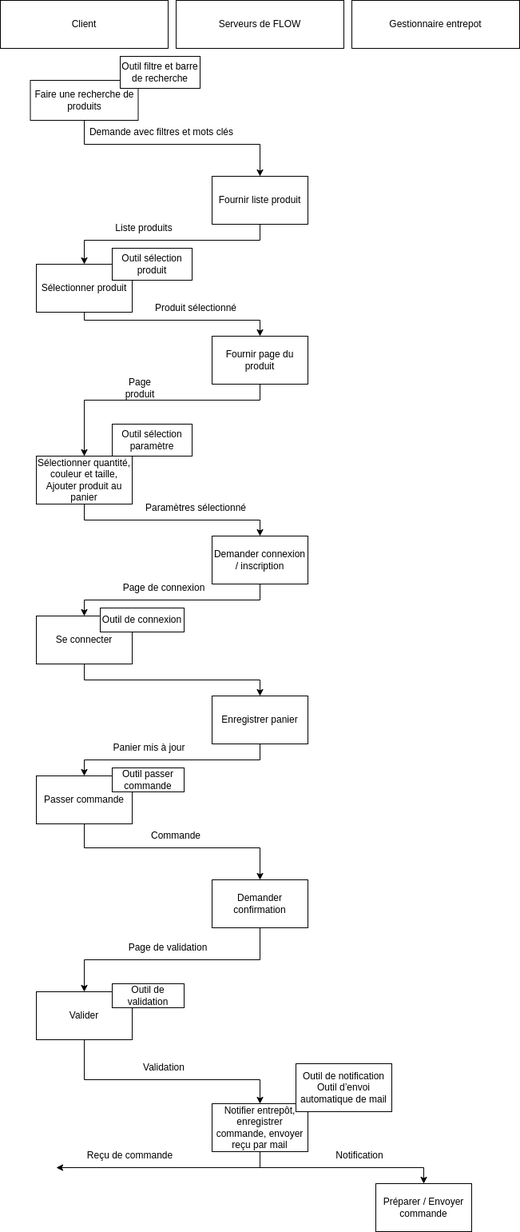
Davosthecool/Shopping-website-simulation keeps this draw.io diagram as assets/modele_organisationnel.png. Above is the earlier version. Source tidied: cells renumbered, new cells last; positions are measured from the earlier drawing's top-left corner, leaving out a move shared by most shapes.
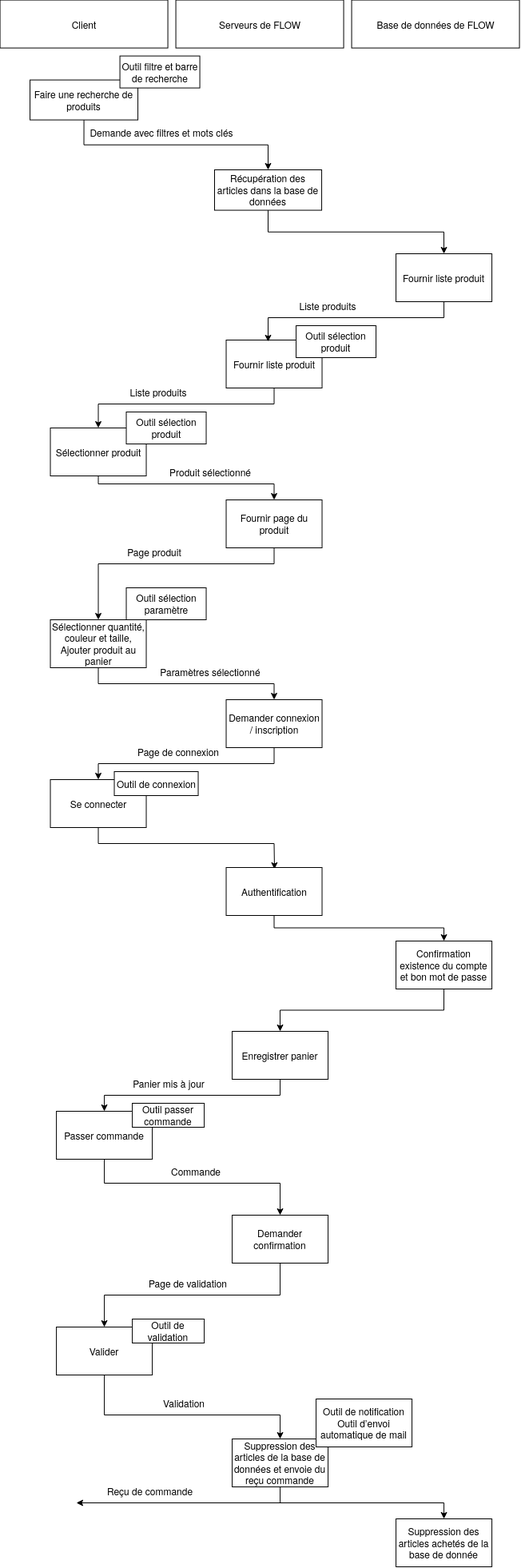
After the commit.

Diff of the diagram source:
```diff
@@ -3,217 +3,246 @@
     <mxCell id="0" />
     <mxCell id="1" parent="0" />
     <mxCell id="2" value="Client" style="rounded=0;whiteSpace=wrap;html=1;" parent="1" vertex="1">
-      <mxGeometry width="210" height="60" as="geometry" />
+      <mxGeometry x="391.6" y="-108.4" width="210" height="60" as="geometry" />
     </mxCell>
     <mxCell id="3" value="Serveurs de FLOW" style="rounded=0;whiteSpace=wrap;html=1;" parent="1" vertex="1">
-      <mxGeometry x="220" width="210" height="60" as="geometry" />
+      <mxGeometry x="611.6" y="-108.4" width="210" height="60" as="geometry" />
     </mxCell>
+    <mxCell id="52" style="edgeStyle=orthogonalEdgeStyle;rounded=0;jettySize=auto;html=1;exitX=0.5;exitY=1;exitDx=0;exitDy=0;entryX=0.5;entryY=0;entryDx=0;entryDy=0;" parent="1" edge="1" source="4" target="65">
+      <mxGeometry relative="1" as="geometry" />
+    </mxCell>
     <mxCell id="4" value="Faire une recherche de produits" style="rounded=0;whiteSpace=wrap;html=1;" parent="1" vertex="1">
-      <mxGeometry x="37.5" y="100" width="135" height="50" as="geometry" />
+      <mxGeometry x="429.1" y="-8.4" width="135" height="50" as="geometry" />
     </mxCell>
     <mxCell id="5" value="Outil filtre et barre de recherche" style="rounded=0;whiteSpace=wrap;html=1;" parent="1" vertex="1">
-      <mxGeometry x="150" y="70" width="100" height="40" as="geometry" />
+      <mxGeometry x="541.6" y="-38.4" width="100" height="40" as="geometry" />
     </mxCell>
-    <mxCell id="6" value="Fournir liste produit" style="rounded=0;whiteSpace=wrap;html=1;" parent="1" vertex="1">
-      <mxGeometry x="265" y="220" width="120" height="60" as="geometry" />
-    </mxCell>
-    <mxCell id="7" style="endArrow=classic;html=1;rounded=0;exitX=0.5;exitY=1;exitDx=0;exitDy=0;entryX=0.5;entryY=0;entryDx=0;entryDy=0;" parent="1" edge="1" source="4" target="6">
-      <mxGeometry relative="1" as="geometry">
-        <Array as="points">
-          <mxPoint x="105" y="180" />
-          <mxPoint x="325" y="180" />
-        </Array>
-      </mxGeometry>
-    </mxCell>
+    <mxCell id="53" value="Fournir liste produit" style="rounded=0;whiteSpace=wrap;html=1;" parent="1" vertex="1">
+      <mxGeometry x="674.5" y="317" width="120" height="60" as="geometry" />
+    </mxCell>
     <mxCell id="8" value="Demande avec filtres et mots clés" style="text;html=1;strokeColor=none;fillColor=none;align=center;verticalAlign=middle;whiteSpace=wrap;rounded=0;" parent="1" vertex="1">
-      <mxGeometry x="90" y="150" width="224" height="30" as="geometry" />
+      <mxGeometry x="481.6" y="41.6" width="224" height="30" as="geometry" />
     </mxCell>
     <mxCell id="9" value="Sélectionner produit" style="rounded=0;whiteSpace=wrap;html=1;" parent="1" vertex="1">
-      <mxGeometry x="45" y="330" width="120" height="60" as="geometry" />
+      <mxGeometry x="454.5" y="427" width="120" height="60" as="geometry" />
     </mxCell>
     <mxCell id="10" value="Fournir page du produit" style="rounded=0;whiteSpace=wrap;html=1;" parent="1" vertex="1">
-      <mxGeometry x="265" y="420" width="120" height="60" as="geometry" />
+      <mxGeometry x="674.5" y="517" width="120" height="60" as="geometry" />
     </mxCell>
-    <mxCell id="11" style="endArrow=classic;html=1;rounded=0;exitX=0.5;exitY=1;exitDx=0;exitDy=0;entryX=0.5;entryY=0;entryDx=0;entryDy=0;" parent="1" edge="1" source="6" target="9">
-      <mxGeometry relative="1" as="geometry">
-        <Array as="points">
-          <mxPoint x="325" y="300" />
-          <mxPoint x="105" y="300" />
-        </Array>
-      </mxGeometry>
-    </mxCell>
+    <mxCell id="54" style="endArrow=classic;html=1;rounded=0;exitX=0.5;exitY=1;exitDx=0;exitDy=0;entryX=0.5;entryY=0;entryDx=0;entryDy=0;" parent="1" edge="1" source="53" target="9">
+      <mxGeometry relative="1" as="geometry">
+        <Array as="points">
+          <mxPoint x="734.5" y="397" />
+          <mxPoint x="514.5" y="397" />
+        </Array>
+      </mxGeometry>
+    </mxCell>
     <mxCell id="12" style="endArrow=classic;html=1;rounded=0;exitX=0.5;exitY=1;exitDx=0;exitDy=0;entryX=0.5;entryY=0;entryDx=0;entryDy=0;" parent="1" edge="1" source="9" target="10">
       <mxGeometry relative="1" as="geometry">
         <Array as="points">
-          <mxPoint x="105" y="400" />
-          <mxPoint x="325" y="400" />
+          <mxPoint x="514.5" y="497" />
+          <mxPoint x="734.5" y="497" />
         </Array>
       </mxGeometry>
     </mxCell>
     <mxCell id="13" value="Sélectionner quantité, couleur et taille, Ajouter produit au panier" style="rounded=0;whiteSpace=wrap;html=1;" parent="1" vertex="1">
-      <mxGeometry x="45" y="570" width="120" height="60" as="geometry" />
+      <mxGeometry x="454.5" y="667" width="120" height="60" as="geometry" />
     </mxCell>
     <mxCell id="14" style="endArrow=classic;html=1;rounded=0;exitX=0.5;exitY=1;exitDx=0;exitDy=0;entryX=0.5;entryY=0;entryDx=0;entryDy=0;" parent="1" edge="1" source="10" target="13">
       <mxGeometry relative="1" as="geometry">
         <Array as="points">
-          <mxPoint x="325" y="500" />
-          <mxPoint x="105" y="500" />
+          <mxPoint x="734.5" y="597" />
+          <mxPoint x="514.5" y="597" />
         </Array>
       </mxGeometry>
     </mxCell>
     <mxCell id="15" value="Demander connexion / inscription" style="rounded=0;whiteSpace=wrap;html=1;" parent="1" vertex="1">
-      <mxGeometry x="265" y="670" width="120" height="60" as="geometry" />
+      <mxGeometry x="674.5" y="767" width="120" height="60" as="geometry" />
     </mxCell>
     <mxCell id="16" value="Outil sélection paramètre" style="rounded=0;whiteSpace=wrap;html=1;" parent="1" vertex="1">
-      <mxGeometry x="140" y="530" width="100" height="40" as="geometry" />
+      <mxGeometry x="549.5" y="627" width="100" height="40" as="geometry" />
     </mxCell>
-    <mxCell id="17" value="Outil sélection produit" style="rounded=0;whiteSpace=wrap;html=1;" parent="1" vertex="1">
-      <mxGeometry x="140" y="310" width="100" height="40" as="geometry" />
-    </mxCell>
+    <mxCell id="55" value="Outil sélection produit" style="rounded=0;whiteSpace=wrap;html=1;" parent="1" vertex="1">
+      <mxGeometry x="549.5" y="407" width="100" height="40" as="geometry" />
+    </mxCell>
     <mxCell id="18" style="endArrow=classic;html=1;rounded=0;exitX=0.5;exitY=1;exitDx=0;exitDy=0;entryX=0.5;entryY=0;entryDx=0;entryDy=0;" parent="1" edge="1" source="13" target="15">
       <mxGeometry relative="1" as="geometry">
         <Array as="points">
-          <mxPoint x="105" y="650" />
-          <mxPoint x="325" y="650" />
+          <mxPoint x="514.5" y="747" />
+          <mxPoint x="734.5" y="747" />
         </Array>
       </mxGeometry>
     </mxCell>
     <mxCell id="19" value="Se connecter" style="rounded=0;whiteSpace=wrap;html=1;" parent="1" vertex="1">
-      <mxGeometry x="45" y="770" width="120" height="60" as="geometry" />
+      <mxGeometry x="454.5" y="867" width="120" height="60" as="geometry" />
     </mxCell>
     <mxCell id="20" value="Enregistrer panier" style="rounded=0;whiteSpace=wrap;html=1;" parent="1" vertex="1">
-      <mxGeometry x="265" y="870" width="120" height="60" as="geometry" />
+      <mxGeometry x="682.1" y="1182" width="120" height="60" as="geometry" />
     </mxCell>
     <mxCell id="21" value="Passer commande" style="rounded=0;whiteSpace=wrap;html=1;" parent="1" vertex="1">
-      <mxGeometry x="45" y="970" width="120" height="60" as="geometry" />
+      <mxGeometry x="462.1" y="1282" width="120" height="60" as="geometry" />
     </mxCell>
     <mxCell id="22" value="Demander confirmation" style="rounded=0;whiteSpace=wrap;html=1;" parent="1" vertex="1">
-      <mxGeometry x="265" y="1100" width="120" height="60" as="geometry" />
+      <mxGeometry x="682.1" y="1412" width="120" height="60" as="geometry" />
     </mxCell>
     <mxCell id="23" value="Valider" style="rounded=0;whiteSpace=wrap;html=1;" parent="1" vertex="1">
-      <mxGeometry x="45" y="1240" width="120" height="60" as="geometry" />
+      <mxGeometry x="462.1" y="1552" width="120" height="60" as="geometry" />
     </mxCell>
-    <mxCell id="24" value="Notifier entrepôt, enregistrer commande, envoyer reçu par mail" style="rounded=0;whiteSpace=wrap;html=1;" parent="1" vertex="1">
-      <mxGeometry x="265" y="1380" width="120" height="60" as="geometry" />
-    </mxCell>
-    <mxCell id="25" value="Gestionnaire entrepot" style="rounded=0;whiteSpace=wrap;html=1;" parent="1" vertex="1">
-      <mxGeometry x="440" width="210" height="60" as="geometry" />
-    </mxCell>
-    <mxCell id="26" value="Préparer / Envoyer commande" style="rounded=0;whiteSpace=wrap;html=1;" parent="1" vertex="1">
-      <mxGeometry x="470" y="1480" width="120" height="60" as="geometry" />
-    </mxCell>
+    <mxCell id="56" value="Suppression des articles de la base de données et envoie du reçu commande" style="rounded=0;whiteSpace=wrap;html=1;" parent="1" vertex="1">
+      <mxGeometry x="682.1" y="1692" width="120" height="60" as="geometry" />
+    </mxCell>
+    <mxCell id="57" value="Base de données de FLOW" style="rounded=0;whiteSpace=wrap;html=1;" parent="1" vertex="1">
+      <mxGeometry x="831.6" y="-108.4" width="210" height="60" as="geometry" />
+    </mxCell>
+    <mxCell id="58" value="Suppression des articles achetés de la base de donnée" style="rounded=0;whiteSpace=wrap;html=1;" parent="1" vertex="1">
+      <mxGeometry x="887.1" y="1792" width="120" height="60" as="geometry" />
+    </mxCell>
     <mxCell id="27" style="endArrow=classic;html=1;rounded=0;exitX=0.5;exitY=1;exitDx=0;exitDy=0;entryX=0.5;entryY=0;entryDx=0;entryDy=0;" parent="1" edge="1" source="15" target="19">
       <mxGeometry relative="1" as="geometry">
         <Array as="points">
-          <mxPoint x="325" y="750" />
-          <mxPoint x="105" y="750" />
+          <mxPoint x="734.5" y="847" />
+          <mxPoint x="514.5" y="847" />
         </Array>
       </mxGeometry>
     </mxCell>
-    <mxCell id="28" style="endArrow=classic;html=1;rounded=0;exitX=0.5;exitY=1;exitDx=0;exitDy=0;entryX=0.5;entryY=0;entryDx=0;entryDy=0;" parent="1" edge="1" source="19" target="20">
-      <mxGeometry relative="1" as="geometry">
-        <Array as="points">
-          <mxPoint x="105" y="850" />
-          <mxPoint x="325" y="850" />
-        </Array>
-      </mxGeometry>
-    </mxCell>
+    <mxCell id="59" style="endArrow=classic;html=1;rounded=0;exitX=0.5;exitY=1;exitDx=0;exitDy=0;" parent="1" edge="1" source="19">
+      <mxGeometry relative="1" as="geometry">
+        <mxPoint x="735" y="979" as="targetPoint" />
+        <Array as="points">
+          <mxPoint x="514.5" y="947" />
+          <mxPoint x="734.5" y="947" />
+        </Array>
+      </mxGeometry>
+    </mxCell>
     <mxCell id="29" style="endArrow=classic;html=1;rounded=0;exitX=0.5;exitY=1;exitDx=0;exitDy=0;entryX=0.5;entryY=0;entryDx=0;entryDy=0;" parent="1" edge="1" source="20" target="21">
       <mxGeometry relative="1" as="geometry">
         <Array as="points">
-          <mxPoint x="325" y="950" />
-          <mxPoint x="105" y="950" />
+          <mxPoint x="742.1" y="1262" />
+          <mxPoint x="522.1" y="1262" />
         </Array>
       </mxGeometry>
     </mxCell>
     <mxCell id="30" style="endArrow=classic;html=1;rounded=0;exitX=0.5;exitY=1;exitDx=0;exitDy=0;entryX=0.5;entryY=0;entryDx=0;entryDy=0;" parent="1" edge="1" source="21" target="22">
       <mxGeometry relative="1" as="geometry">
         <Array as="points">
-          <mxPoint x="105" y="1060" />
-          <mxPoint x="325" y="1060" />
+          <mxPoint x="522.1" y="1372" />
+          <mxPoint x="742.1" y="1372" />
         </Array>
       </mxGeometry>
     </mxCell>
     <mxCell id="31" style="endArrow=classic;html=1;rounded=0;exitX=0.5;exitY=1;exitDx=0;exitDy=0;entryX=0.5;entryY=0;entryDx=0;entryDy=0;" parent="1" edge="1" source="22" target="23">
       <mxGeometry relative="1" as="geometry">
         <Array as="points">
-          <mxPoint x="325" y="1200" />
-          <mxPoint x="105" y="1200" />
+          <mxPoint x="742.1" y="1512" />
+          <mxPoint x="522.1" y="1512" />
         </Array>
       </mxGeometry>
     </mxCell>
-    <mxCell id="32" style="endArrow=classic;html=1;rounded=0;exitX=0.5;exitY=1;exitDx=0;exitDy=0;entryX=0.5;entryY=0;entryDx=0;entryDy=0;" parent="1" edge="1" source="23" target="24">
-      <mxGeometry relative="1" as="geometry">
-        <Array as="points">
-          <mxPoint x="105" y="1350" />
-          <mxPoint x="325" y="1350" />
-        </Array>
-      </mxGeometry>
-    </mxCell>
-    <mxCell id="33" style="endArrow=classic;html=1;rounded=0;exitX=0.5;exitY=1;exitDx=0;exitDy=0;entryX=0.5;entryY=0;entryDx=0;entryDy=0;" parent="1" edge="1" source="24" target="26">
-      <mxGeometry relative="1" as="geometry">
-        <Array as="points">
-          <mxPoint x="325" y="1460" />
-          <mxPoint x="530" y="1460" />
-        </Array>
-      </mxGeometry>
-    </mxCell>
-    <mxCell id="34" style="endArrow=classic;html=1;rounded=0;" parent="1" edge="1">
-      <mxGeometry relative="1" as="geometry">
-        <mxPoint x="330" y="1460" as="sourcePoint" />
-        <mxPoint x="70" y="1460" as="targetPoint" />
-      </mxGeometry>
-    </mxCell>
+    <mxCell id="60" style="endArrow=classic;html=1;rounded=0;exitX=0.5;exitY=1;exitDx=0;exitDy=0;entryX=0.5;entryY=0;entryDx=0;entryDy=0;" parent="1" edge="1" source="23" target="56">
+      <mxGeometry relative="1" as="geometry">
+        <Array as="points">
+          <mxPoint x="522.1" y="1662" />
+          <mxPoint x="742.1" y="1662" />
+        </Array>
+      </mxGeometry>
+    </mxCell>
+    <mxCell id="61" style="endArrow=classic;html=1;rounded=0;exitX=0.5;exitY=1;exitDx=0;exitDy=0;entryX=0.5;entryY=0;entryDx=0;entryDy=0;" parent="1" edge="1" source="56" target="58">
+      <mxGeometry relative="1" as="geometry">
+        <Array as="points">
+          <mxPoint x="742.1" y="1772" />
+          <mxPoint x="947.1" y="1772" />
+        </Array>
+      </mxGeometry>
+    </mxCell>
+    <mxCell id="62" style="endArrow=classic;html=1;rounded=0;" parent="1" edge="1">
+      <mxGeometry relative="1" as="geometry">
+        <mxPoint x="747.1" y="1772" as="sourcePoint" />
+        <mxPoint x="487.1" y="1772" as="targetPoint" />
+      </mxGeometry>
+    </mxCell>
     <mxCell id="35" value="Reçu de commande" style="text;html=1;strokeColor=none;fillColor=none;align=center;verticalAlign=middle;whiteSpace=wrap;rounded=0;" parent="1" vertex="1">
-      <mxGeometry x="105" y="1430" width="115" height="30" as="geometry" />
+      <mxGeometry x="522.1" y="1742" width="115" height="30" as="geometry" />
     </mxCell>
-    <mxCell id="36" value="Notification" style="text;html=1;strokeColor=none;fillColor=none;align=center;verticalAlign=middle;whiteSpace=wrap;rounded=0;" parent="1" vertex="1">
-      <mxGeometry x="420" y="1430" width="60" height="30" as="geometry" />
-    </mxCell>
     <mxCell id="37" value="Outil de notification&lt;br&gt;Outil d’envoi automatique de mail" style="rounded=0;whiteSpace=wrap;html=1;" parent="1" vertex="1">
-      <mxGeometry x="370" y="1330" width="120" height="60" as="geometry" />
+      <mxGeometry x="787.1" y="1642" width="120" height="60" as="geometry" />
     </mxCell>
     <mxCell id="38" value="Outil de validation" style="rounded=0;whiteSpace=wrap;html=1;" parent="1" vertex="1">
-      <mxGeometry x="140" y="1230" width="90" height="30" as="geometry" />
+      <mxGeometry x="557.1" y="1542" width="90" height="30" as="geometry" />
     </mxCell>
     <mxCell id="39" value="Outil de connexion" style="rounded=0;whiteSpace=wrap;html=1;" parent="1" vertex="1">
-      <mxGeometry x="125" y="760" width="105" height="30" as="geometry" />
+      <mxGeometry x="534.5" y="857" width="105" height="30" as="geometry" />
     </mxCell>
     <mxCell id="40" style="edgeStyle=orthogonalEdgeStyle;rounded=0;orthogonalLoop=1;jettySize=auto;html=1;exitX=0.5;exitY=1;exitDx=0;exitDy=0;" parent="1" edge="1" source="39" target="39">
       <mxGeometry relative="1" as="geometry" />
     </mxCell>
     <mxCell id="41" value="Outil passer commande" style="rounded=0;whiteSpace=wrap;html=1;" parent="1" vertex="1">
-      <mxGeometry x="140" y="960" width="90" height="30" as="geometry" />
+      <mxGeometry x="557.1" y="1272" width="90" height="30" as="geometry" />
     </mxCell>
     <mxCell id="42" value="Page produit" style="text;html=1;strokeColor=none;fillColor=none;align=center;verticalAlign=middle;whiteSpace=wrap;rounded=0;" parent="1" vertex="1">
-      <mxGeometry x="140" y="470" width="70" height="30" as="geometry" />
+      <mxGeometry x="549.5" y="567" width="70" height="30" as="geometry" />
     </mxCell>
     <mxCell id="43" style="edgeStyle=orthogonalEdgeStyle;rounded=0;orthogonalLoop=1;jettySize=auto;html=1;exitX=0.5;exitY=1;exitDx=0;exitDy=0;" parent="1" edge="1" source="42" target="42">
       <mxGeometry relative="1" as="geometry" />
     </mxCell>
-    <mxCell id="44" value="Liste produits" style="text;html=1;strokeColor=none;fillColor=none;align=center;verticalAlign=middle;whiteSpace=wrap;rounded=0;" parent="1" vertex="1">
-      <mxGeometry x="140" y="270" width="80" height="30" as="geometry" />
-    </mxCell>
+    <mxCell id="63" value="Liste produits" style="text;html=1;strokeColor=none;fillColor=none;align=center;verticalAlign=middle;whiteSpace=wrap;rounded=0;" parent="1" vertex="1">
+      <mxGeometry x="549.5" y="367" width="80" height="30" as="geometry" />
+    </mxCell>
     <mxCell id="45" value="Produit sélectionné" style="text;html=1;strokeColor=none;fillColor=none;align=center;verticalAlign=middle;whiteSpace=wrap;rounded=0;" parent="1" vertex="1">
-      <mxGeometry x="190" y="370" width="110" height="30" as="geometry" />
+      <mxGeometry x="599.5" y="467" width="110" height="30" as="geometry" />
     </mxCell>
     <mxCell id="46" value="Paramètres sélectionné" style="text;html=1;strokeColor=none;fillColor=none;align=center;verticalAlign=middle;whiteSpace=wrap;rounded=0;" parent="1" vertex="1">
-      <mxGeometry x="180" y="620" width="130" height="30" as="geometry" />
+      <mxGeometry x="589.5" y="717" width="130" height="30" as="geometry" />
     </mxCell>
     <mxCell id="47" value="Page de connexion" style="text;html=1;strokeColor=none;fillColor=none;align=center;verticalAlign=middle;whiteSpace=wrap;rounded=0;" parent="1" vertex="1">
-      <mxGeometry x="140" y="720" width="130" height="30" as="geometry" />
+      <mxGeometry x="549.5" y="817" width="130" height="30" as="geometry" />
     </mxCell>
     <mxCell id="48" value="Panier mis à jour" style="text;html=1;strokeColor=none;fillColor=none;align=center;verticalAlign=middle;whiteSpace=wrap;rounded=0;" parent="1" vertex="1">
-      <mxGeometry x="140" y="920" width="92.5" height="30" as="geometry" />
+      <mxGeometry x="557.1" y="1232" width="92.5" height="30" as="geometry" />
     </mxCell>
     <mxCell id="49" value="Commande" style="text;html=1;strokeColor=none;fillColor=none;align=center;verticalAlign=middle;whiteSpace=wrap;rounded=0;" parent="1" vertex="1">
-      <mxGeometry x="190" y="1030" width="60" height="30" as="geometry" />
+      <mxGeometry x="607.1" y="1342" width="60" height="30" as="geometry" />
     </mxCell>
     <mxCell id="50" value="Page de validation" style="text;html=1;strokeColor=none;fillColor=none;align=center;verticalAlign=middle;whiteSpace=wrap;rounded=0;" parent="1" vertex="1">
-      <mxGeometry x="150" y="1170" width="120" height="30" as="geometry" />
+      <mxGeometry x="567.1" y="1482" width="120" height="30" as="geometry" />
     </mxCell>
     <mxCell id="51" value="Validation" style="text;html=1;strokeColor=none;fillColor=none;align=center;verticalAlign=middle;whiteSpace=wrap;rounded=0;" parent="1" vertex="1">
-      <mxGeometry x="175" y="1320" width="60" height="30" as="geometry" />
+      <mxGeometry x="592.1" y="1632" width="60" height="30" as="geometry" />
     </mxCell>
+    <mxCell id="64" style="edgeStyle=orthogonalEdgeStyle;rounded=0;jettySize=auto;html=1;exitX=0.5;exitY=1;exitDx=0;exitDy=0;entryX=0.5;entryY=0;entryDx=0;entryDy=0;" parent="1" edge="1" source="65" target="66">
+      <mxGeometry relative="1" as="geometry" />
+    </mxCell>
+    <mxCell id="65" value="Récupération des articles dans la base de données" style="rounded=0;whiteSpace=wrap;html=1;" parent="1" vertex="1">
+      <mxGeometry x="660" y="104" width="134.1" height="50.6" as="geometry" />
+    </mxCell>
+    <mxCell id="66" value="Fournir liste produit" style="rounded=0;whiteSpace=wrap;html=1;" parent="1" vertex="1">
+      <mxGeometry x="887.1" y="209" width="120" height="60" as="geometry" />
+    </mxCell>
+    <mxCell id="67" style="endArrow=classic;html=1;rounded=0;exitX=0.5;exitY=1;exitDx=0;exitDy=0;entryX=0.5;entryY=0;entryDx=0;entryDy=0;" parent="1" edge="1" source="66">
+      <mxGeometry relative="1" as="geometry">
+        <mxPoint x="727" y="319" as="targetPoint" />
+        <Array as="points">
+          <mxPoint x="947.1" y="289" />
+          <mxPoint x="727.1" y="289" />
+        </Array>
+      </mxGeometry>
+    </mxCell>
+    <mxCell id="68" value="Outil sélection produit" style="rounded=0;whiteSpace=wrap;html=1;" parent="1" vertex="1">
+      <mxGeometry x="762.1" y="299" width="100" height="40" as="geometry" />
+    </mxCell>
+    <mxCell id="69" value="Liste produits" style="text;html=1;strokeColor=none;fillColor=none;align=center;verticalAlign=middle;whiteSpace=wrap;rounded=0;" parent="1" vertex="1">
+      <mxGeometry x="762.1" y="259" width="80" height="30" as="geometry" />
+    </mxCell>
+    <mxCell id="70" value="Authentification" style="rounded=0;whiteSpace=wrap;html=1;" parent="1" vertex="1">
+      <mxGeometry x="674.5" y="977" width="120" height="60" as="geometry" />
+    </mxCell>
+    <mxCell id="71" style="endArrow=classic;html=1;rounded=0;exitX=0.5;exitY=1;exitDx=0;exitDy=0;entryX=0.5;entryY=0;entryDx=0;entryDy=0;edgeStyle=elbowEdgeStyle;elbow=vertical;" parent="1" edge="1" source="70" target="73">
+      <mxGeometry relative="1" as="geometry" />
+    </mxCell>
+    <mxCell id="72" style="edgeStyle=orthogonalEdgeStyle;rounded=0;jettySize=auto;html=1;exitX=0.5;exitY=1;exitDx=0;exitDy=0;entryX=0.5;entryY=0;entryDx=0;entryDy=0;" parent="1" edge="1" source="73" target="20">
+      <mxGeometry relative="1" as="geometry" />
+    </mxCell>
+    <mxCell id="73" value="Confirmation existence du compte et bon mot de passe" style="rounded=0;whiteSpace=wrap;html=1;" parent="1" vertex="1">
+      <mxGeometry x="887.1" y="1069" width="120" height="60" as="geometry" />
+    </mxCell>
   </root>
 </mxGraphModel>
```
